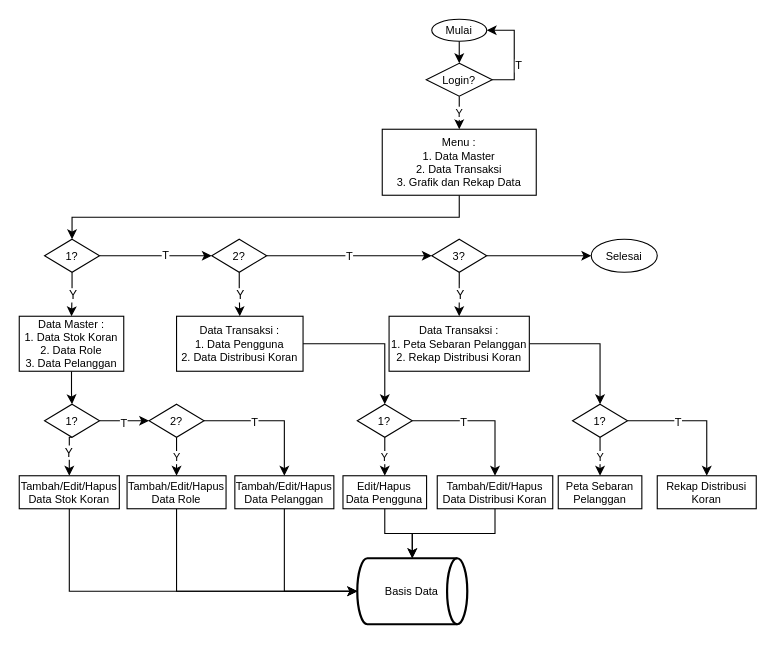
Earlier version of the draw.io diagram Tampilan Admin.drawio (kritimauludin/rb-location-tracker-design). Source tidied: cells renumbered, new cells numbered last; positions are measured from the earlier drawing's top-left corner, leaving out a move shared by most shapes. Both pictures are drawn from the tidied source at 110%, with x=0, y=0 at pixel (19, 19).
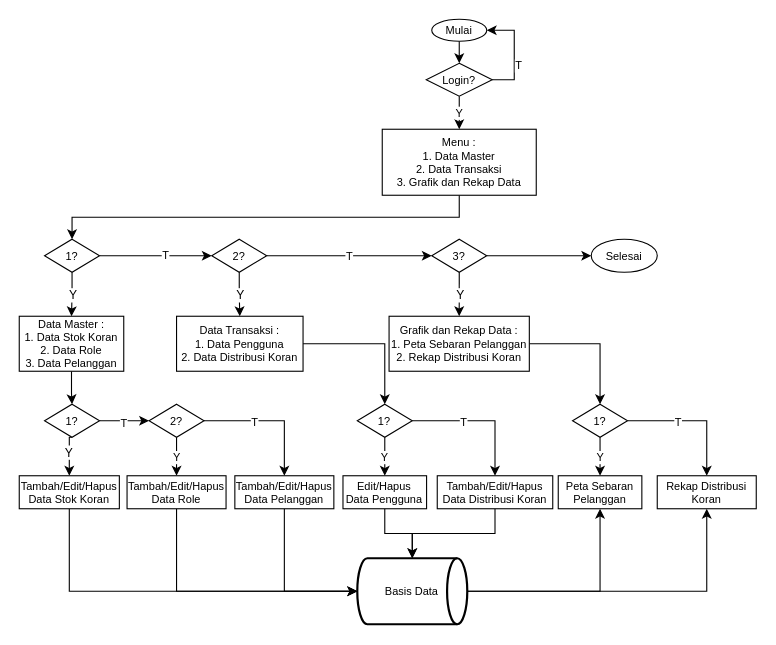
The same diagram, later.

The change refers to these unchanged cells:
```xml
<mxCell id="38" value="Basis Data" style="strokeWidth=2;html=1;shape=mxgraph.flowchart.direct_data;whiteSpace=wrap;fontSize=10;" parent="1" vertex="1">
  <mxGeometry x="307.3" y="490" width="100" height="60" as="geometry" />
</mxCell>
<mxCell id="61" value="Rekap Distribusi Koran" style="rounded=0;whiteSpace=wrap;html=1;fontSize=10;" parent="1" vertex="1">
  <mxGeometry x="580" y="415" width="90" height="30" as="geometry" />
</mxCell>
<mxCell id="62" value="Peta Sebaran Pelanggan" style="rounded=0;whiteSpace=wrap;html=1;fontSize=10;" parent="1" vertex="1">
  <mxGeometry x="490" y="415" width="76" height="30" as="geometry" />
</mxCell>
```

What changed in the source:
```diff
@@
+    <mxCell id="63" style="edgeStyle=orthogonalEdgeStyle;rounded=0;jettySize=auto;html=1;exitX=1;exitY=0.5;exitDx=0;exitDy=0;exitPerimeter=0;" parent="1" edge="1" source="38" target="61">
+      <mxGeometry relative="1" as="geometry" />
+    </mxCell>
+    <mxCell id="64" style="edgeStyle=orthogonalEdgeStyle;rounded=0;jettySize=auto;html=1;exitX=1;exitY=0.5;exitDx=0;exitDy=0;exitPerimeter=0;" parent="1" edge="1" source="38" target="62">
+      <mxGeometry relative="1" as="geometry" />
+    </mxCell>
@@
-    <mxCell id="55" value="Data Transaksi :&lt;br style=&quot;font-size: 10px;&quot;&gt;1. Peta Sebaran Pelanggan&lt;br&gt;2. Rekap Distribusi Koran" style="rounded=0;whiteSpace=wrap;html=1;fontSize=10;" parent="1" vertex="1">
+    <mxCell id="55" value="Grafik dan Rekap Data :&lt;br style=&quot;font-size: 10px;&quot;&gt;1. Peta Sebaran Pelanggan&lt;br&gt;2. Rekap Distribusi Koran" style="rounded=0;whiteSpace=wrap;html=1;fontSize=10;" parent="1" vertex="1">
       <mxGeometry x="336.2" y="270" width="127.5" height="50" as="geometry" />
     </mxCell>
```
